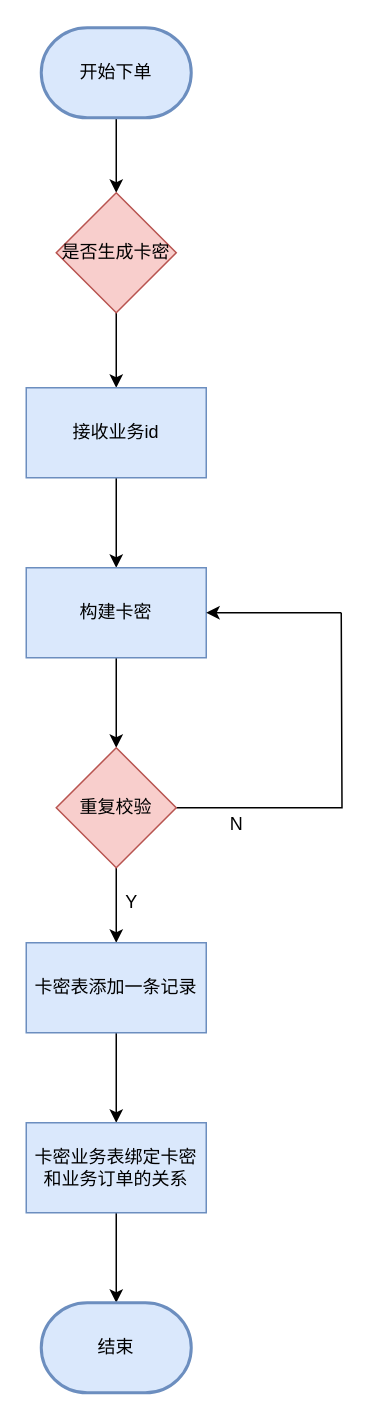
This is 亿联卡密.drawio from Jie33/draw, a draw.io file, before an edit. Source tidied: cells renumbered, new cells numbered last; positions are measured from the earlier drawing's top-left corner, leaving out a move shared by most shapes. Both pictures are drawn from the tidied source at 150%, with x=0, y=0 at pixel (26, 27).
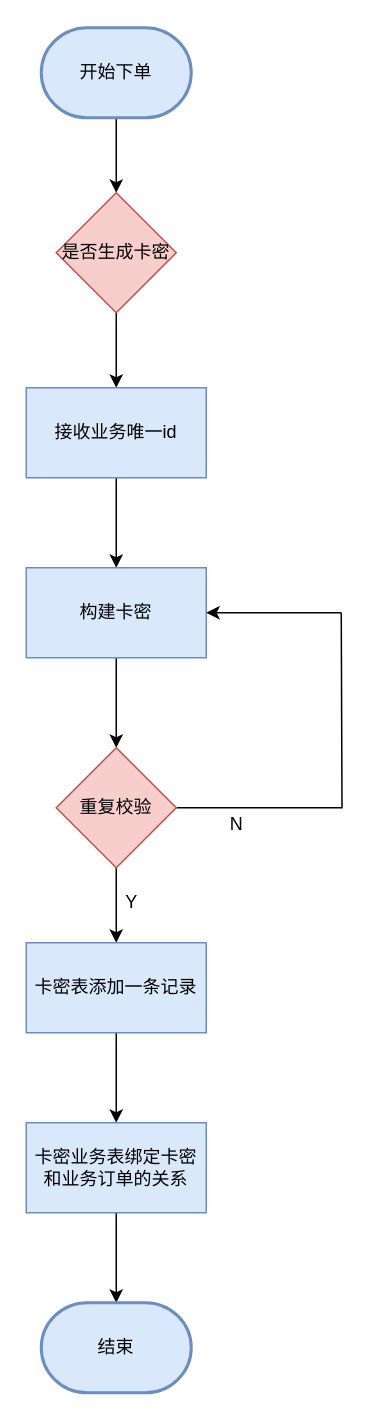
After the change.

Commit message (it also covers changes not shown here):
更新亿联卡密.drawio

The edit, as a diff of the source:
```diff
@@
-    <mxCell id="7" value="接收业务id" style="rounded=0;whiteSpace=wrap;html=1;fillColor=#dae8fc;strokeColor=#6c8ebf;" parent="1" vertex="1">
+    <mxCell id="7" value="接收业务唯一id" style="rounded=0;whiteSpace=wrap;html=1;fillColor=#dae8fc;strokeColor=#6c8ebf;" parent="1" vertex="1">
       <mxGeometry y="240" width="120" height="60" as="geometry" />
     </mxCell>
```
